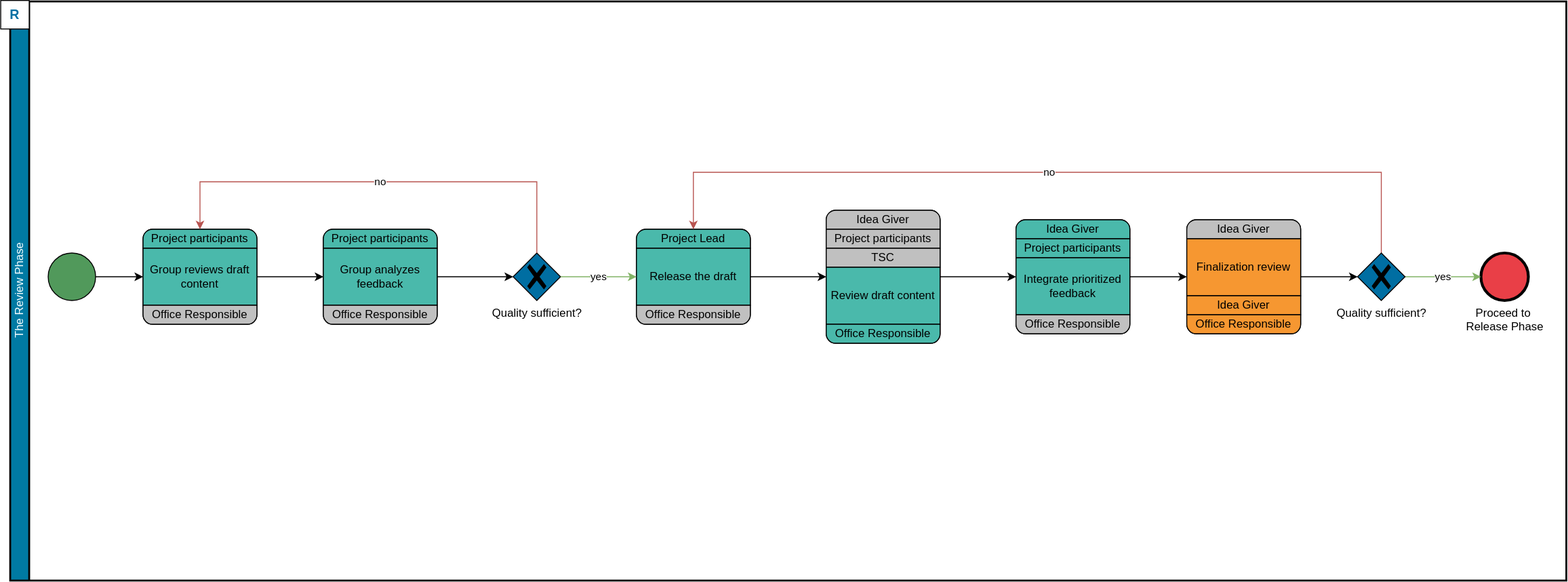
This is content/modules/compendium/assets/images/asam/review_phase.drawio.svg from asam-ev/asam-project-guide-content, a draw.io export, as it was before one commit. Source tidied: cells renumbered, new cells last; positions are measured from the earlier drawing's top-left corner, leaving out a move shared by most shapes.
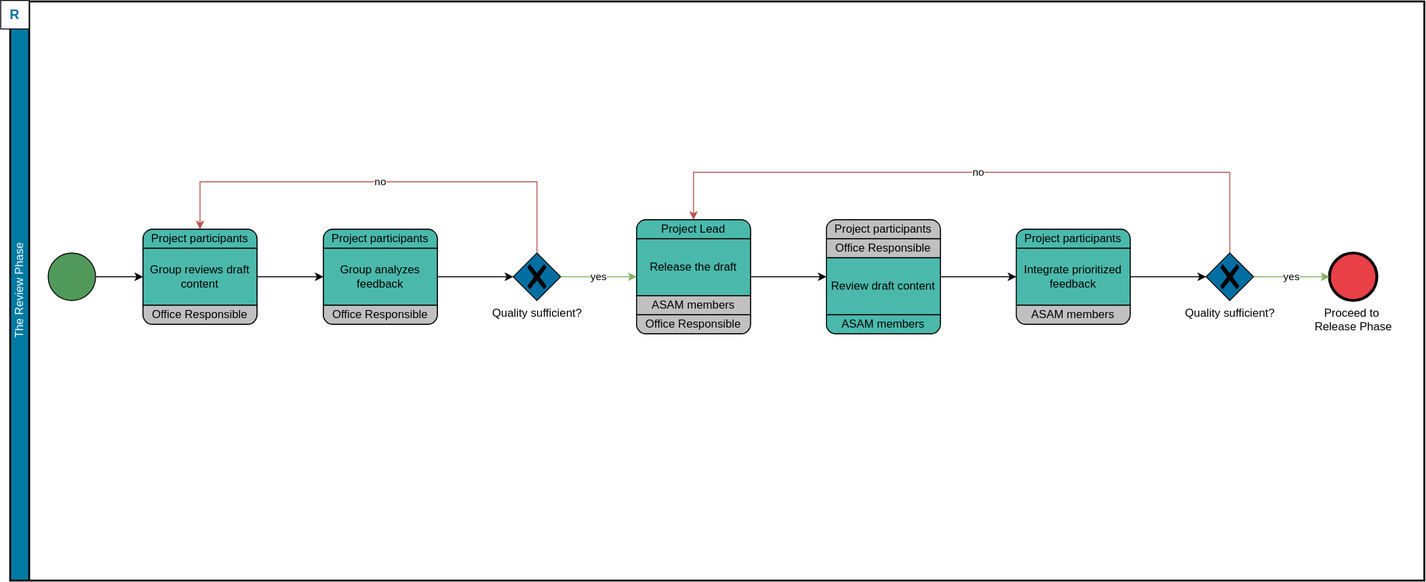
The same file after the commit.

Commit message:
Fixed final steps in review phase diag

Diff of the diagram source:
```diff
@@ -3,7 +3,7 @@
     <mxCell id="0" />
     <mxCell id="1" parent="0" />
     <mxCell id="2" value="The Review Phase" style="swimlane;html=1;startSize=20;fontStyle=0;horizontal=0;swimlaneLine=1;swimlaneFillColor=#ffffff;strokeWidth=2;fillColor=#007AA3;fontColor=#F5FDFF;" parent="1" vertex="1">
-      <mxGeometry x="10" y="1" width="1640" height="610" as="geometry" />
+      <mxGeometry x="10" y="1" width="1490" height="610" as="geometry" />
     </mxCell>
     <mxCell id="3" value="R" style="whiteSpace=wrap;html=1;fontColor=#006EA2;fillColor=#FFFFFF;fontSize=14;fontStyle=1;" parent="2" vertex="1">
       <mxGeometry x="-10" y="-1" width="30" height="30" as="geometry" />
@@ -15,34 +15,31 @@
       <mxGeometry x="40" y="265" width="50" height="50" as="geometry" />
     </mxCell>
     <mxCell id="6" value="Draft Project Proposal, gather ideas and feature requests" style="rounded=1;whiteSpace=wrap;html=1;absoluteArcSize=1;arcSize=20;horizontal=1;fillColor=#4AB9AB;" parent="2" vertex="1">
-      <mxGeometry x="860" y="220" width="120" height="140" as="geometry" />
+      <mxGeometry x="860" y="230" width="120" height="120" as="geometry" />
     </mxCell>
-    <mxCell id="7" value="Idea Giver" style="whiteSpace=wrap;html=1;shape=mxgraph.basic.rect;size=10;rectStyle=rounded;bottomRightStyle=square;bottomLeftStyle=square;fillColor=#C0C0C0;" parent="6" vertex="1">
+    <mxCell id="7" value="Project participants" style="whiteSpace=wrap;html=1;shape=mxgraph.basic.rect;size=10;rectStyle=rounded;bottomRightStyle=square;bottomLeftStyle=square;fillColor=#C0C0C0;" parent="6" vertex="1">
       <mxGeometry width="120" height="20" as="geometry" />
     </mxCell>
-    <mxCell id="8" value="Project participants" style="shape=mxgraph.bpmn.task;taskMarker=abstract;rectStyle=square;whiteSpace=wrap;fillColor=#C0C0C0;" parent="6" vertex="1">
-      <mxGeometry y="20" width="120" height="20" as="geometry" />
-    </mxCell>
-    <mxCell id="9" value="TSC" style="shape=mxgraph.bpmn.task;taskMarker=abstract;rectStyle=square;whiteSpace=wrap;fillColor=#C0C0C0;" parent="6" vertex="1">
-      <mxGeometry y="40" width="120" height="20" as="geometry" />
-    </mxCell>
+    <mxCell id="30" value="Office Responsible" style="shape=mxgraph.bpmn.task;taskMarker=abstract;rectStyle=square;whiteSpace=wrap;fillColor=#C0C0C0;" parent="6" vertex="1">
+      <mxGeometry y="20" width="120" height="20" as="geometry" />
+    </mxCell>
     <mxCell id="10" value="Review draft content" style="shape=mxgraph.bpmn.task;taskMarker=abstract;whiteSpace=wrap;fillColor=#4AB9AB;" parent="6" vertex="1">
-      <mxGeometry y="60" width="120" height="60" as="geometry" />
+      <mxGeometry y="40" width="120" height="60" as="geometry" />
     </mxCell>
-    <mxCell id="11" value="Office Responsible" style="whiteSpace=wrap;html=1;shape=mxgraph.basic.rect;size=10;rectStyle=rounded;topRightStyle=square;topLeftStyle=square;fillColor=#4AB9AB;" parent="6" vertex="1">
-      <mxGeometry y="120" width="120" height="20" as="geometry" />
+    <mxCell id="11" value="ASAM members" style="whiteSpace=wrap;html=1;shape=mxgraph.basic.rect;size=10;rectStyle=rounded;topRightStyle=square;topLeftStyle=square;fillColor=#4AB9AB;" parent="6" vertex="1">
+      <mxGeometry y="100" width="120" height="20" as="geometry" />
     </mxCell>
     <mxCell id="12" style="edgeStyle=orthogonalEdgeStyle;rounded=0;jettySize=auto;html=1;exitX=1;exitY=0.5;exitDx=0;exitDy=0;" parent="2" edge="1" source="6" target="20">
       <mxGeometry relative="1" as="geometry" />
     </mxCell>
     <mxCell id="13" value="Proceed to&amp;nbsp;&lt;br&gt;Release Phase" style="points=[[0.145,0.145,0],[0.5,0,0],[0.855,0.145,0],[1,0.5,0],[0.855,0.855,0],[0.5,1,0],[0.145,0.855,0],[0,0.5,0]];shape=mxgraph.bpmn.event;html=1;verticalLabelPosition=bottom;labelBackgroundColor=#ffffff;verticalAlign=top;align=center;perimeter=ellipsePerimeter;outlineConnect=0;outline=end;symbol=terminate2;fillColor=#E93F47;" parent="2" vertex="1">
-      <mxGeometry x="1550" y="265" width="50" height="50" as="geometry" />
+      <mxGeometry x="1390" y="265" width="50" height="50" as="geometry" />
     </mxCell>
     <mxCell id="14" value="yes" style="edgeStyle=orthogonalEdgeStyle;rounded=0;jettySize=auto;html=1;fillColor=#d5e8d4;strokeColor=#82b366;" parent="2" edge="1" source="32" target="13">
       <mxGeometry relative="1" as="geometry" />
     </mxCell>
     <mxCell id="15" value="Draft Project Proposal, gather ideas and feature requests" style="rounded=1;whiteSpace=wrap;html=1;absoluteArcSize=1;arcSize=20;horizontal=1;fillColor=#4AB9AB;" parent="2" vertex="1">
-      <mxGeometry x="660" y="240" width="120" height="100" as="geometry" />
+      <mxGeometry x="660" y="230" width="120" height="120" as="geometry" />
     </mxCell>
     <mxCell id="16" value="Project Lead" style="whiteSpace=wrap;html=1;shape=mxgraph.basic.rect;size=10;rectStyle=rounded;bottomRightStyle=square;bottomLeftStyle=square;fillColor=#4AB9AB;" parent="15" vertex="1">
       <mxGeometry width="120" height="20" as="geometry" />
@@ -50,55 +47,37 @@
     <mxCell id="17" value="Release the draft" style="shape=mxgraph.bpmn.task;taskMarker=abstract;whiteSpace=wrap;fillColor=#4AB9AB;" parent="15" vertex="1">
       <mxGeometry y="20" width="120" height="60" as="geometry" />
     </mxCell>
+    <mxCell id="47" value="ASAM members" style="shape=mxgraph.bpmn.task;taskMarker=abstract;rectStyle=square;whiteSpace=wrap;fillColor=#C0C0C0;" parent="15" vertex="1">
+      <mxGeometry y="80" width="120" height="20" as="geometry" />
+    </mxCell>
     <mxCell id="18" value="Office Responsible" style="whiteSpace=wrap;html=1;shape=mxgraph.basic.rect;size=10;rectStyle=rounded;topRightStyle=square;topLeftStyle=square;fillColor=#C0C0C0;rounded=1;arcSize=20;" parent="15" vertex="1">
-      <mxGeometry y="80" width="120" height="20" as="geometry" />
+      <mxGeometry y="100" width="120" height="20" as="geometry" />
     </mxCell>
-    <mxCell id="19" style="edgeStyle=orthogonalEdgeStyle;rounded=0;jettySize=auto;html=1;" parent="2" edge="1" source="20" target="26">
-      <mxGeometry relative="1" as="geometry" />
-    </mxCell>
     <mxCell id="20" value="Draft Project Proposal, gather ideas and feature requests" style="rounded=1;whiteSpace=wrap;html=1;absoluteArcSize=1;arcSize=20;horizontal=1;fillColor=#4AB9AB;" parent="2" vertex="1">
-      <mxGeometry x="1060" y="230" width="120" height="120" as="geometry" />
+      <mxGeometry x="1060" y="240" width="120" height="100" as="geometry" />
     </mxCell>
-    <mxCell id="21" value="Idea Giver" style="whiteSpace=wrap;html=1;shape=mxgraph.basic.rect;size=10;rectStyle=rounded;bottomRightStyle=square;bottomLeftStyle=square;fillColor=#4AB9AB;" parent="20" vertex="1">
+    <mxCell id="21" value="Project participants" style="whiteSpace=wrap;html=1;shape=mxgraph.basic.rect;size=10;rectStyle=rounded;bottomRightStyle=square;bottomLeftStyle=square;fillColor=#4AB9AB;" parent="20" vertex="1">
       <mxGeometry width="120" height="20" as="geometry" />
     </mxCell>
-    <mxCell id="22" value="Project participants" style="shape=mxgraph.bpmn.task;taskMarker=abstract;rectStyle=square;whiteSpace=wrap;fillColor=#4AB9AB;" parent="20" vertex="1">
-      <mxGeometry y="20" width="120" height="20" as="geometry" />
-    </mxCell>
     <mxCell id="23" value="Integrate prioritized feedback" style="shape=mxgraph.bpmn.task;taskMarker=abstract;whiteSpace=wrap;fillColor=#4AB9AB;" parent="20" vertex="1">
-      <mxGeometry y="40" width="120" height="60" as="geometry" />
+      <mxGeometry y="20" width="120" height="60" as="geometry" />
     </mxCell>
-    <mxCell id="24" value="Office Responsible" style="whiteSpace=wrap;html=1;shape=mxgraph.basic.rect;size=10;rectStyle=rounded;topRightStyle=square;topLeftStyle=square;fillColor=#C0C0C0;" parent="20" vertex="1">
-      <mxGeometry y="100" width="120" height="20" as="geometry" />
+    <mxCell id="24" value="ASAM members" style="whiteSpace=wrap;html=1;shape=mxgraph.basic.rect;size=10;rectStyle=rounded;topRightStyle=square;topLeftStyle=square;fillColor=#C0C0C0;" parent="20" vertex="1">
+      <mxGeometry y="80" width="120" height="20" as="geometry" />
     </mxCell>
-    <mxCell id="25" style="edgeStyle=orthogonalEdgeStyle;rounded=0;jettySize=auto;html=1;" parent="2" edge="1" source="26" target="32">
+    <mxCell id="25" style="edgeStyle=orthogonalEdgeStyle;rounded=0;jettySize=auto;html=1;" parent="2" edge="1" source="20" target="32">
       <mxGeometry relative="1" as="geometry" />
     </mxCell>
-    <mxCell id="26" value="Draft Project Proposal, gather ideas and feature requests" style="rounded=1;whiteSpace=wrap;html=1;absoluteArcSize=1;arcSize=20;horizontal=1;fillColor=#4AB9AB;" parent="2" vertex="1">
-      <mxGeometry x="1240" y="230" width="120" height="120" as="geometry" />
-    </mxCell>
-    <mxCell id="27" value="Idea Giver" style="whiteSpace=wrap;html=1;shape=mxgraph.basic.rect;size=10;rectStyle=rounded;bottomRightStyle=square;bottomLeftStyle=square;fillColor=#C0C0C0;" parent="26" vertex="1">
-      <mxGeometry width="120" height="20" as="geometry" />
-    </mxCell>
-    <mxCell id="28" value="Finalization review" style="shape=mxgraph.bpmn.task;taskMarker=abstract;whiteSpace=wrap;fillColor=#F69731;" parent="26" vertex="1">
-      <mxGeometry y="20" width="120" height="60" as="geometry" />
-    </mxCell>
-    <mxCell id="29" value="Idea Giver" style="shape=mxgraph.bpmn.task;taskMarker=abstract;rectStyle=square;whiteSpace=wrap;fillColor=#F69731;" parent="26" vertex="1">
-      <mxGeometry y="80" width="120" height="20" as="geometry" />
-    </mxCell>
-    <mxCell id="30" value="Office Responsible" style="whiteSpace=wrap;html=1;shape=mxgraph.basic.rect;size=10;rectStyle=rounded;topRightStyle=square;topLeftStyle=square;fillColor=#F69731;" parent="26" vertex="1">
-      <mxGeometry y="100" width="120" height="20" as="geometry" />
-    </mxCell>
     <mxCell id="31" value="no" style="edgeStyle=orthogonalEdgeStyle;rounded=0;jettySize=auto;html=1;exitX=0.5;exitY=0;exitDx=0;exitDy=0;exitPerimeter=0;entryX=0.5;entryY=0;entryDx=0;entryDy=0;fillColor=#f8cecc;strokeColor=#b85450;" parent="2" edge="1" source="32" target="15">
       <mxGeometry relative="1" as="geometry">
         <Array as="points">
-          <mxPoint x="1445" y="180" />
+          <mxPoint x="1285" y="180" />
           <mxPoint x="720" y="180" />
         </Array>
       </mxGeometry>
     </mxCell>
     <mxCell id="32" value="Quality sufficient?" style="points=[[0.25,0.25,0],[0.5,0,0],[0.75,0.25,0],[1,0.5,0],[0.75,0.75,0],[0.5,1,0],[0.25,0.75,0],[0,0.5,0]];shape=mxgraph.bpmn.gateway2;html=1;verticalLabelPosition=bottom;labelBackgroundColor=#ffffff;verticalAlign=top;align=center;perimeter=rhombusPerimeter;outlineConnect=0;outline=none;symbol=none;gwType=exclusive;fillColor=#006EA2;" parent="2" vertex="1">
-      <mxGeometry x="1420" y="265" width="50" height="50" as="geometry" />
+      <mxGeometry x="1260" y="265" width="50" height="50" as="geometry" />
     </mxCell>
     <mxCell id="33" style="edgeStyle=orthogonalEdgeStyle;rounded=0;jettySize=auto;html=1;exitX=1;exitY=0.5;exitDx=0;exitDy=0;entryX=0;entryY=0.5;entryDx=0;entryDy=0;endArrow=classic;endFill=1;" parent="2" edge="1" source="34" target="39">
       <mxGeometry relative="1" as="geometry" />
```
